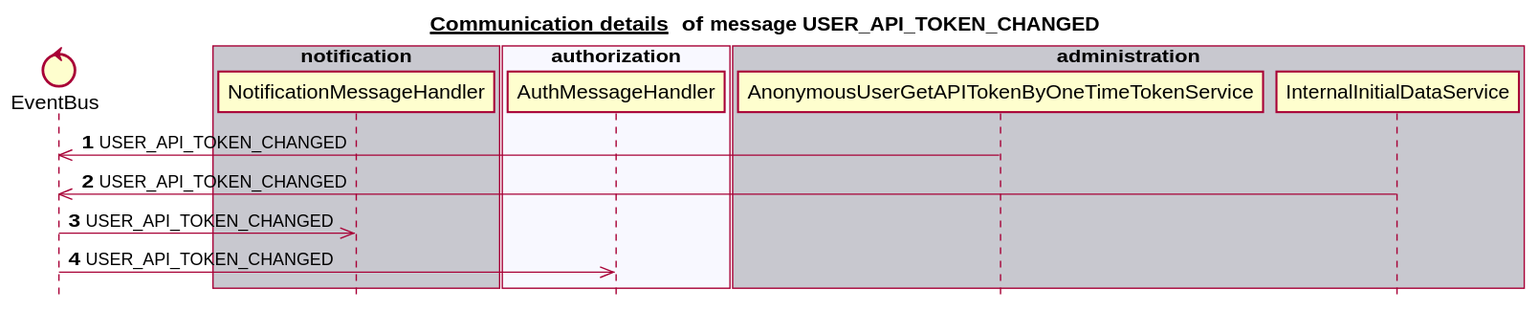
The PlantUML diagram docs/latest/images/gen_domain_messaging_user_api_token_changed.svg in mercedes-benz/sechub, before a commit.
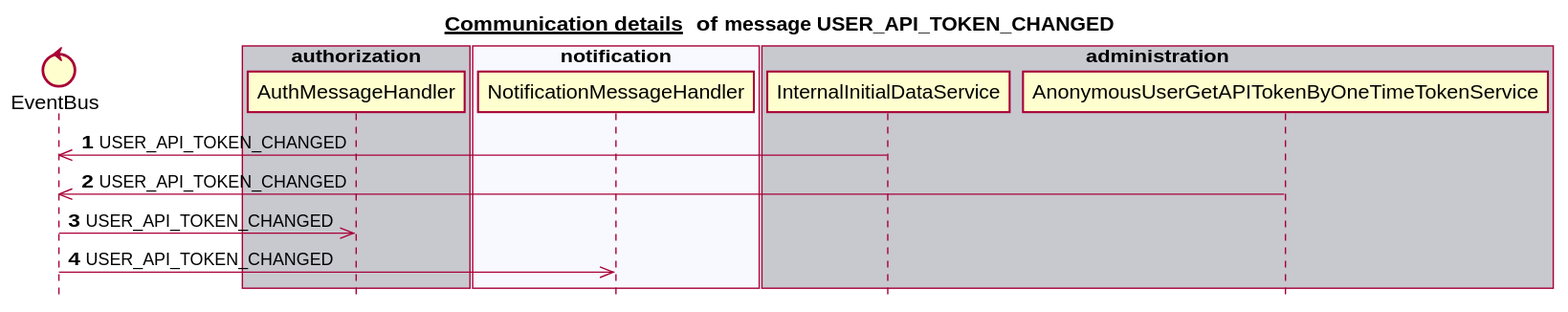
Above is the later version.

The edit, as a diff of the source:
```diff
@@ -6,25 +6,25 @@
 
 
 control EventBus
-box "notification" #C8C8CF
-   participant NotificationMessageHandler
-end box
-box "authorization" #F8F8FF
-   participant AuthMessageHandler
-end box
-box "administration" #C8C8CF
-   participant AnonymousUserGetAPITokenByOneTimeTokenService
-   participant InternalInitialDataService
+box "scan" #C8C8CF
 end box
 box "schedule" #F8F8FF
 end box
-box "scan" #C8C8CF
+box "authorization" #C8C8CF
+   participant AuthMessageHandler
+end box
+box "notification" #F8F8FF
+   participant NotificationMessageHandler
+end box
+box "administration" #C8C8CF
+   participant InternalInitialDataService
+   participant AnonymousUserGetAPITokenByOneTimeTokenService
 end box
 autonumber 1
+InternalInitialDataService ->> EventBus:USER_API_TOKEN_CHANGED
 AnonymousUserGetAPITokenByOneTimeTokenService ->> EventBus:USER_API_TOKEN_CHANGED
-InternalInitialDataService ->> EventBus:USER_API_TOKEN_CHANGED
+EventBus ->> AuthMessageHandler:USER_API_TOKEN_CHANGED
 EventBus ->> NotificationMessageHandler:USER_API_TOKEN_CHANGED
-EventBus ->> AuthMessageHandler:USER_API_TOKEN_CHANGED
 autonumber stop
 
 
```
